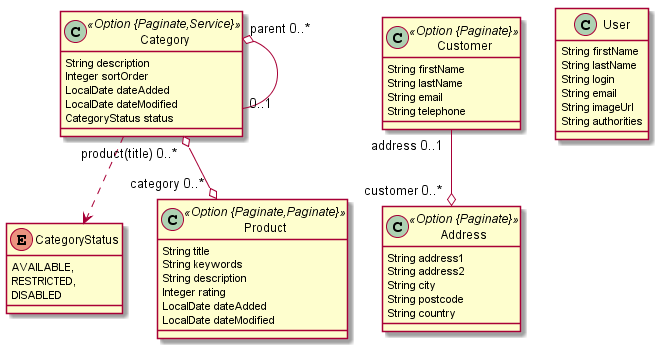
Before: jdl-samples/simple-online-shop.png, a diagram exported from PlantUML (aguilasa/tcc_II).
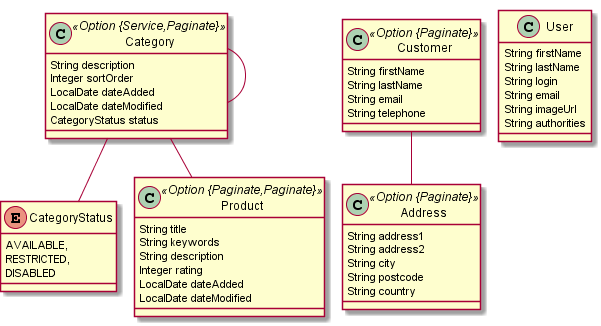
Later version of the same file.

What changed in the source:
```diff
@@ -1,11 +1,12 @@
 @startuml
+	!pragma graphviz_dot jdot
 	!pragma syntax class
 	enum CategoryStatus {
 		AVAILABLE,
 		RESTRICTED,
 		DISABLED
 	}
-	class Category <<Option {Paginate,Service}>> {
+	class Category <<Option {Service,Paginate}>> {
 		String description
 		Integer sortOrder
 		LocalDate dateAdded
```
